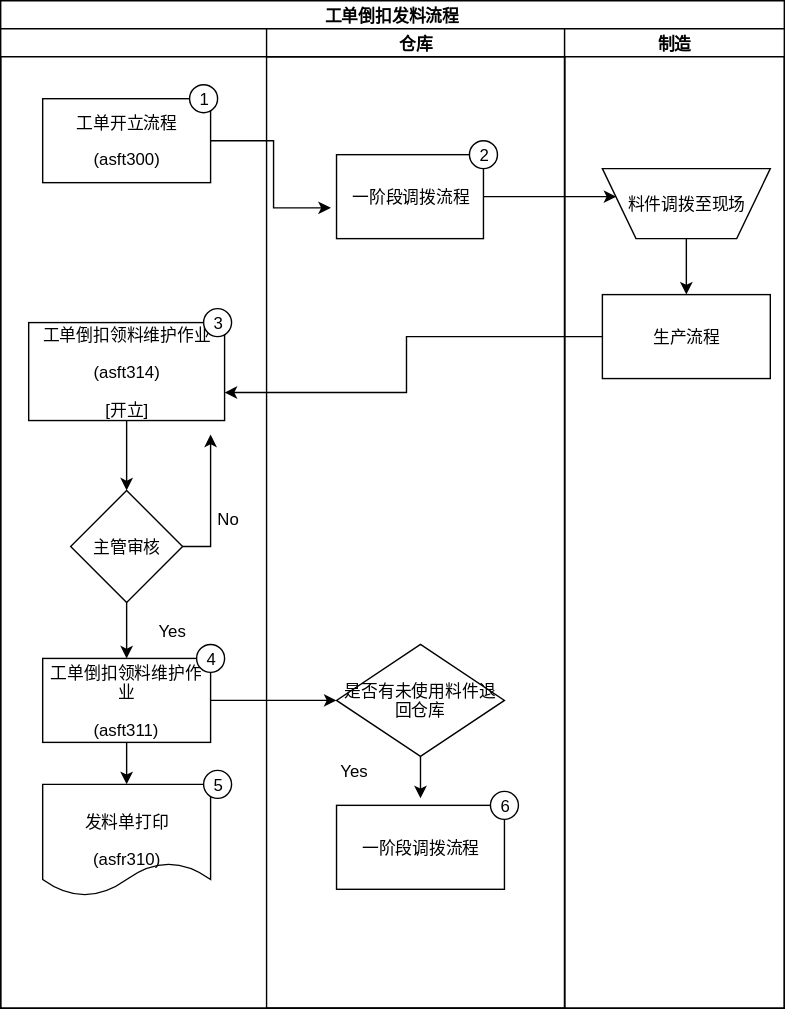
ft2017/sop keeps this draw.io diagram as ver01/ASF007.svg. Above is the earlier version. Source tidied: cells renumbered, new cells last; positions are measured from the earlier drawing's top-left corner, leaving out a move shared by most shapes. Source of this version:
```xml
<mxGraphModel background="#ffffff">
  <root>
    <mxCell id="0" />
    <mxCell id="1" parent="0" />
    <mxCell id="2" value="&lt;b&gt;&lt;span&gt;工单倒扣发料流程&lt;/span&gt;&lt;/b&gt;" style="swimlane;html=1;startSize=20;" parent="1" vertex="1">
      <mxGeometry width="560" height="720" as="geometry" />
    </mxCell>
    <mxCell id="3" value="生管" style="swimlane;html=1;startSize=20;" parent="2" vertex="1">
      <mxGeometry y="20" width="403" height="700" as="geometry" />
    </mxCell>
    <mxCell id="4" value="&lt;p align=&quot;center&quot;&gt;&lt;span lang=&quot;ZH-TW&quot;&gt;工单&lt;/span&gt;&lt;span&gt;开立流程&lt;/span&gt;&lt;/p&gt;&lt;p align=&quot;center&quot;&gt;&lt;span lang=&quot;EN-US&quot;&gt;(asft300)&lt;/span&gt;&lt;/p&gt;" style="whiteSpace=wrap;html=1;" parent="3" vertex="1">
      <mxGeometry x="30" y="50" width="120" height="60" as="geometry" />
    </mxCell>
    <mxCell id="5" value="仓库" style="swimlane;html=1;startSize=20;" parent="3" vertex="1">
      <mxGeometry x="190" width="213" height="700" as="geometry" />
    </mxCell>
    <mxCell id="6" value="&lt;p align=&quot;center&quot;&gt;&lt;span&gt;一阶段调拨流程&lt;/span&gt;&lt;/p&gt;" style="whiteSpace=wrap;html=1;" parent="5" vertex="1">
      <mxGeometry x="50" y="90" width="105" height="60" as="geometry" />
    </mxCell>
    <mxCell id="7" value="&lt;p align=&quot;center&quot;&gt;&lt;span&gt;是否有未使用料件退回仓库&lt;/span&gt;&lt;/p&gt;" style="rhombus;whiteSpace=wrap;html=1;" parent="5" vertex="1">
      <mxGeometry x="50" y="440" width="120" height="80" as="geometry" />
    </mxCell>
    <mxCell id="8" value="&lt;p align=&quot;center&quot;&gt;&lt;span&gt;一阶段调拨流程&lt;/span&gt;&lt;/p&gt;" style="whiteSpace=wrap;html=1;" parent="5" vertex="1">
      <mxGeometry x="50" y="555" width="120" height="60" as="geometry" />
    </mxCell>
    <mxCell id="9" value="Yes" style="text;html=1;strokeColor=none;fillColor=none;align=center;verticalAlign=middle;whiteSpace=wrap;" parent="5" vertex="1">
      <mxGeometry x="40" y="520" width="45" height="20" as="geometry" />
    </mxCell>
    <mxCell id="10" value="2" style="ellipse;whiteSpace=wrap;html=1;" parent="5" vertex="1">
      <mxGeometry x="145" y="80" width="20" height="20" as="geometry" />
    </mxCell>
    <mxCell id="11" value="6" style="ellipse;whiteSpace=wrap;html=1;" parent="5" vertex="1">
      <mxGeometry x="160" y="545" width="20" height="20" as="geometry" />
    </mxCell>
    <mxCell id="12" style="edgeStyle=orthogonalEdgeStyle;rounded=0;html=1;jettySize=auto;entryX=-0.041;entryY=0.633;entryPerimeter=0;" parent="3" edge="1" source="4" target="6">
      <mxGeometry relative="1" as="geometry">
        <Array as="points">
          <mxPoint x="195" y="80" />
          <mxPoint x="195" y="128" />
        </Array>
      </mxGeometry>
    </mxCell>
    <mxCell id="13" style="edgeStyle=orthogonalEdgeStyle;rounded=0;html=1;entryX=0.5;entryY=0;jettySize=auto;" parent="3" edge="1" source="14" target="16">
      <mxGeometry relative="1" as="geometry" />
    </mxCell>
    <mxCell id="14" value="&lt;p align=&quot;center&quot;&gt;&lt;span&gt;工单倒扣领料维护作业&lt;/span&gt;&lt;/p&gt;&lt;p align=&quot;center&quot;&gt;&lt;span lang=&quot;EN-US&quot;&gt;(asft314)&lt;/span&gt;&lt;/p&gt;&lt;p align=&quot;center&quot;&gt;&lt;span lang=&quot;EN-US&quot;&gt;[&lt;/span&gt;&lt;span&gt;开立&lt;span lang=&quot;EN-US&quot;&gt;]&lt;/span&gt;&lt;/span&gt;&lt;/p&gt;" style="whiteSpace=wrap;html=1;" parent="3" vertex="1">
      <mxGeometry x="20" y="210" width="140" height="70" as="geometry" />
    </mxCell>
    <mxCell id="15" style="edgeStyle=orthogonalEdgeStyle;rounded=0;html=1;jettySize=auto;entryX=0.5;entryY=0;" parent="3" edge="1" source="16" target="19">
      <mxGeometry relative="1" as="geometry" />
    </mxCell>
    <mxCell id="16" value="&lt;p align=&quot;center&quot;&gt;&lt;span&gt;主管审核&lt;/span&gt;&lt;/p&gt;" style="rhombus;whiteSpace=wrap;html=1;" parent="3" vertex="1">
      <mxGeometry x="50" y="330" width="80" height="80" as="geometry" />
    </mxCell>
    <mxCell id="17" style="edgeStyle=orthogonalEdgeStyle;rounded=0;html=1;jettySize=auto;entryX=0.5;entryY=0;" parent="3" edge="1" source="19" target="20">
      <mxGeometry relative="1" as="geometry" />
    </mxCell>
    <mxCell id="18" style="edgeStyle=orthogonalEdgeStyle;rounded=0;html=1;entryX=0;entryY=0.5;jettySize=auto;" parent="3" edge="1" source="19" target="7">
      <mxGeometry relative="1" as="geometry" />
    </mxCell>
    <mxCell id="19" value="&lt;p align=&quot;center&quot;&gt;&lt;span&gt;工单倒扣领料维护作业&lt;/span&gt;&lt;/p&gt;&lt;p align=&quot;center&quot;&gt;&lt;span lang=&quot;EN-US&quot;&gt;(asft311)&lt;/span&gt;&lt;/p&gt;" style="whiteSpace=wrap;html=1;" parent="3" vertex="1">
      <mxGeometry x="30" y="450" width="120" height="60" as="geometry" />
    </mxCell>
    <mxCell id="20" value="&lt;p align=&quot;center&quot;&gt;&lt;span&gt;发料单打印&lt;/span&gt;&lt;/p&gt;&lt;p align=&quot;center&quot;&gt;&lt;span lang=&quot;EN-US&quot;&gt;(asfr310)&lt;/span&gt;&lt;/p&gt;" style="shape=document;whiteSpace=wrap;html=1;" parent="3" vertex="1">
      <mxGeometry x="30" y="540" width="120" height="80" as="geometry" />
    </mxCell>
    <mxCell id="21" value="Yes" style="text;html=1;strokeColor=none;fillColor=none;align=center;verticalAlign=middle;whiteSpace=wrap;" parent="3" vertex="1">
      <mxGeometry x="100" y="420" width="45" height="20" as="geometry" />
    </mxCell>
    <mxCell id="22" value="No" style="text;html=1;strokeColor=none;fillColor=none;align=center;verticalAlign=middle;whiteSpace=wrap;" parent="3" vertex="1">
      <mxGeometry x="140" y="340" width="45" height="20" as="geometry" />
    </mxCell>
    <mxCell id="23" value="1" style="ellipse;whiteSpace=wrap;html=1;" parent="3" vertex="1">
      <mxGeometry x="135" y="40" width="20" height="20" as="geometry" />
    </mxCell>
    <mxCell id="24" value="3" style="ellipse;whiteSpace=wrap;html=1;" parent="3" vertex="1">
      <mxGeometry x="145" y="200" width="20" height="20" as="geometry" />
    </mxCell>
    <mxCell id="25" value="4" style="ellipse;whiteSpace=wrap;html=1;" parent="3" vertex="1">
      <mxGeometry x="140" y="440" width="20" height="20" as="geometry" />
    </mxCell>
    <mxCell id="26" value="5" style="ellipse;whiteSpace=wrap;html=1;" parent="3" vertex="1">
      <mxGeometry x="145" y="530" width="20" height="20" as="geometry" />
    </mxCell>
    <mxCell id="27" value="制造" style="swimlane;html=1;startSize=20;" parent="2" vertex="1">
      <mxGeometry x="403" y="20" width="157" height="700" as="geometry" />
    </mxCell>
    <mxCell id="28" style="edgeStyle=orthogonalEdgeStyle;rounded=0;html=1;jettySize=auto;" parent="27" edge="1" source="29" target="30">
      <mxGeometry relative="1" as="geometry" />
    </mxCell>
    <mxCell id="29" value="&lt;p align=&quot;center&quot;&gt;&lt;span&gt;料件调拨至现场&lt;/span&gt;&lt;/p&gt;" style="shape=trapezoid;whiteSpace=wrap;html=1;rotation=0;direction=west;flipV=0;flipH=0;" parent="27" vertex="1">
      <mxGeometry x="27" y="100" width="120" height="50" as="geometry" />
    </mxCell>
    <mxCell id="30" value="&lt;p align=&quot;center&quot;&gt;&lt;span&gt;生产流程&lt;/span&gt;&lt;/p&gt;" style="whiteSpace=wrap;html=1;" parent="27" vertex="1">
      <mxGeometry x="27" y="190" width="120" height="60" as="geometry" />
    </mxCell>
    <mxCell id="31" style="edgeStyle=orthogonalEdgeStyle;rounded=0;html=1;jettySize=auto;" parent="2" edge="1" source="6">
      <mxGeometry relative="1" as="geometry">
        <mxPoint x="440" y="140" as="targetPoint" />
      </mxGeometry>
    </mxCell>
    <mxCell id="32" style="edgeStyle=orthogonalEdgeStyle;rounded=0;html=1;jettySize=auto;" parent="2" edge="1" source="30" target="14">
      <mxGeometry relative="1" as="geometry">
        <Array as="points">
          <mxPoint x="290" y="240" />
          <mxPoint x="290" y="280" />
        </Array>
      </mxGeometry>
    </mxCell>
    <mxCell id="33" style="edgeStyle=orthogonalEdgeStyle;rounded=0;html=1;exitX=0.5;exitY=1;jettySize=auto;" parent="1" edge="1" source="7">
      <mxGeometry relative="1" as="geometry">
        <mxPoint x="300" y="570" as="targetPoint" />
      </mxGeometry>
    </mxCell>
    <mxCell id="34" style="edgeStyle=orthogonalEdgeStyle;rounded=0;html=1;jettySize=auto;" parent="1" edge="1" source="16">
      <mxGeometry relative="1" as="geometry">
        <mxPoint x="150" y="310" as="targetPoint" />
      </mxGeometry>
    </mxCell>
  </root>
</mxGraphModel>
```
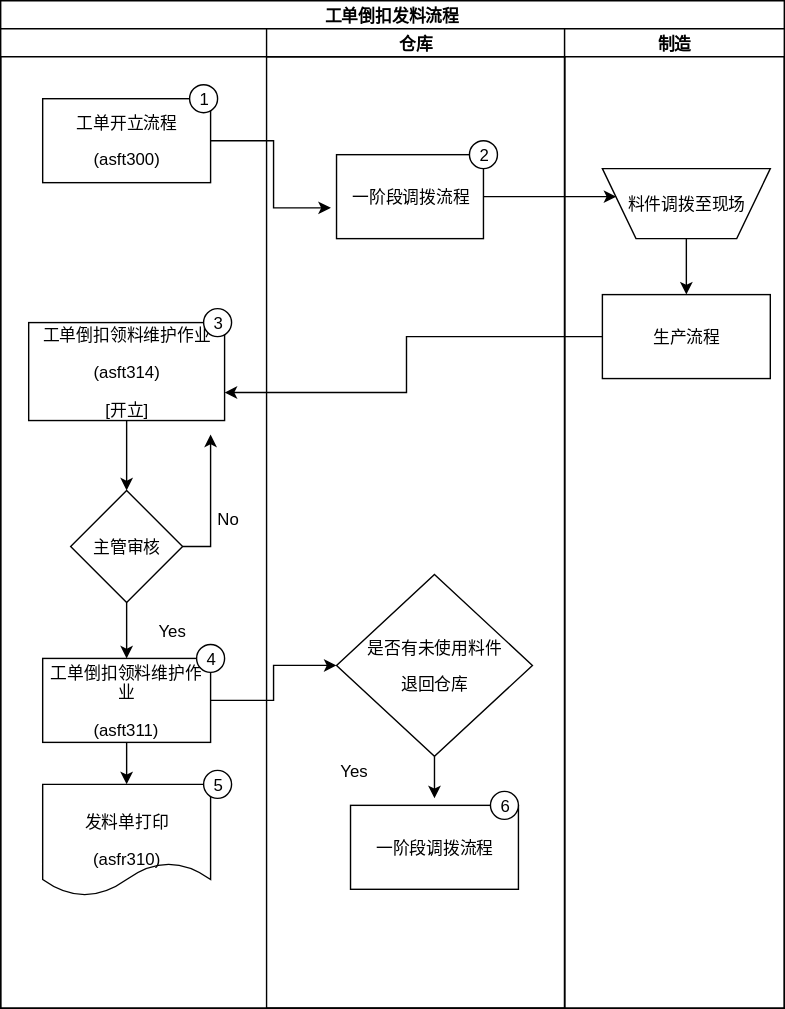
The same file after the commit.

What changed in the source:
```diff
@@ -17,11 +17,11 @@
     <mxCell id="6" value="&lt;p align=&quot;center&quot;&gt;&lt;span&gt;一阶段调拨流程&lt;/span&gt;&lt;/p&gt;" style="whiteSpace=wrap;html=1;" parent="5" vertex="1">
       <mxGeometry x="50" y="90" width="105" height="60" as="geometry" />
     </mxCell>
-    <mxCell id="7" value="&lt;p align=&quot;center&quot;&gt;&lt;span&gt;是否有未使用料件退回仓库&lt;/span&gt;&lt;/p&gt;" style="rhombus;whiteSpace=wrap;html=1;" parent="5" vertex="1">
-      <mxGeometry x="50" y="440" width="120" height="80" as="geometry" />
+    <mxCell id="7" value="&lt;p align=&quot;center&quot;&gt;&lt;span&gt;是否有未使用料件&lt;/span&gt;&lt;/p&gt;&lt;p align=&quot;center&quot;&gt;&lt;span&gt;退回仓库&lt;/span&gt;&lt;/p&gt;" style="rhombus;whiteSpace=wrap;html=1;" parent="5" vertex="1">
+      <mxGeometry x="50" y="390" width="140" height="130" as="geometry" />
     </mxCell>
     <mxCell id="8" value="&lt;p align=&quot;center&quot;&gt;&lt;span&gt;一阶段调拨流程&lt;/span&gt;&lt;/p&gt;" style="whiteSpace=wrap;html=1;" parent="5" vertex="1">
-      <mxGeometry x="50" y="555" width="120" height="60" as="geometry" />
+      <mxGeometry x="60" y="555" width="120" height="60" as="geometry" />
     </mxCell>
     <mxCell id="9" value="Yes" style="text;html=1;strokeColor=none;fillColor=none;align=center;verticalAlign=middle;whiteSpace=wrap;" parent="5" vertex="1">
       <mxGeometry x="40" y="520" width="45" height="20" as="geometry" />
@@ -109,7 +109,7 @@
     </mxCell>
     <mxCell id="33" style="edgeStyle=orthogonalEdgeStyle;rounded=0;html=1;exitX=0.5;exitY=1;jettySize=auto;" parent="1" edge="1" source="7">
       <mxGeometry relative="1" as="geometry">
-        <mxPoint x="300" y="570" as="targetPoint" />
+        <mxPoint x="310" y="570" as="targetPoint" />
       </mxGeometry>
     </mxCell>
     <mxCell id="34" style="edgeStyle=orthogonalEdgeStyle;rounded=0;html=1;jettySize=auto;" parent="1" edge="1" source="16">
```
